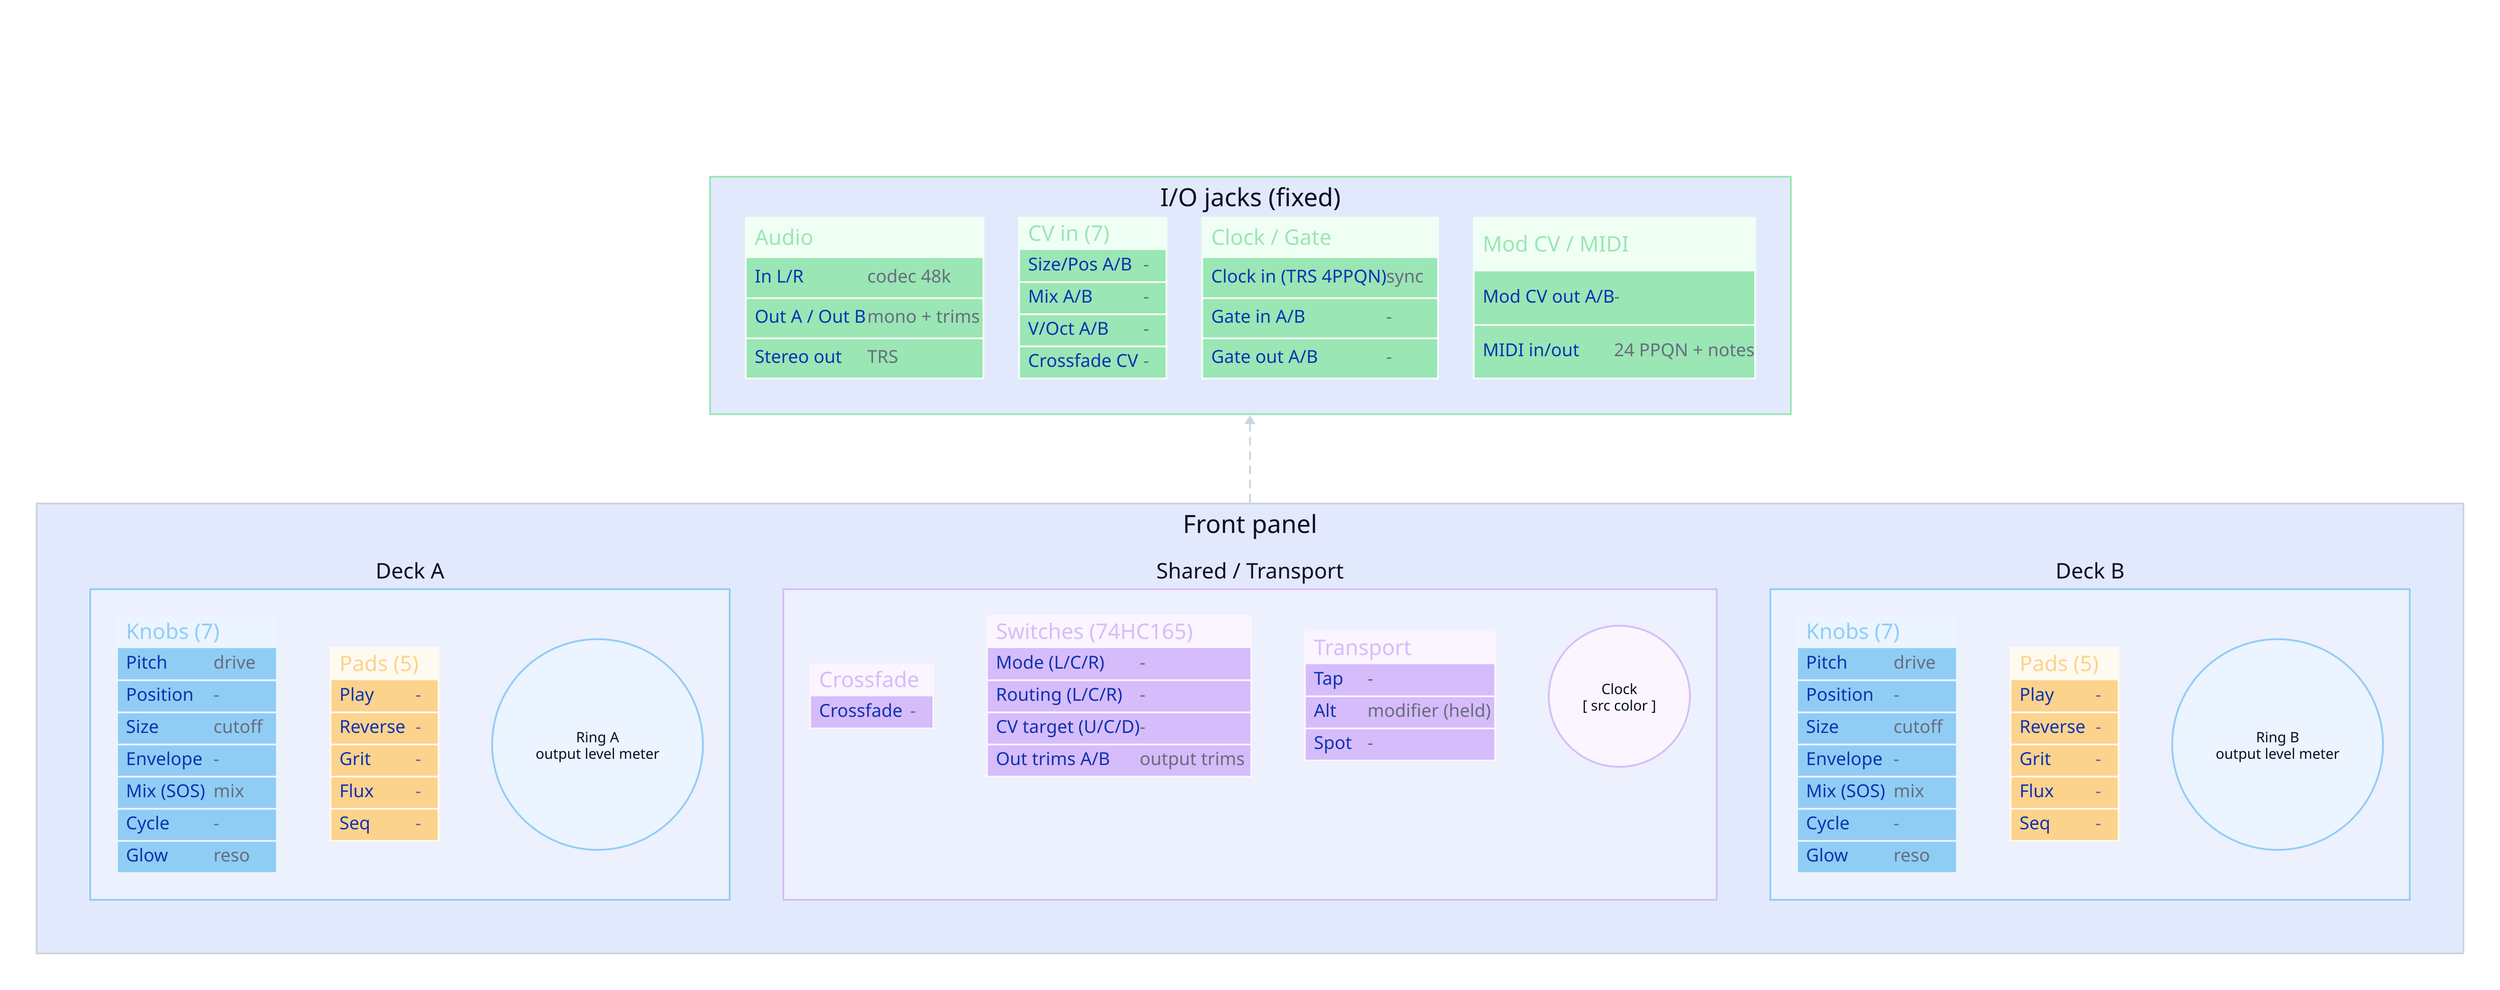
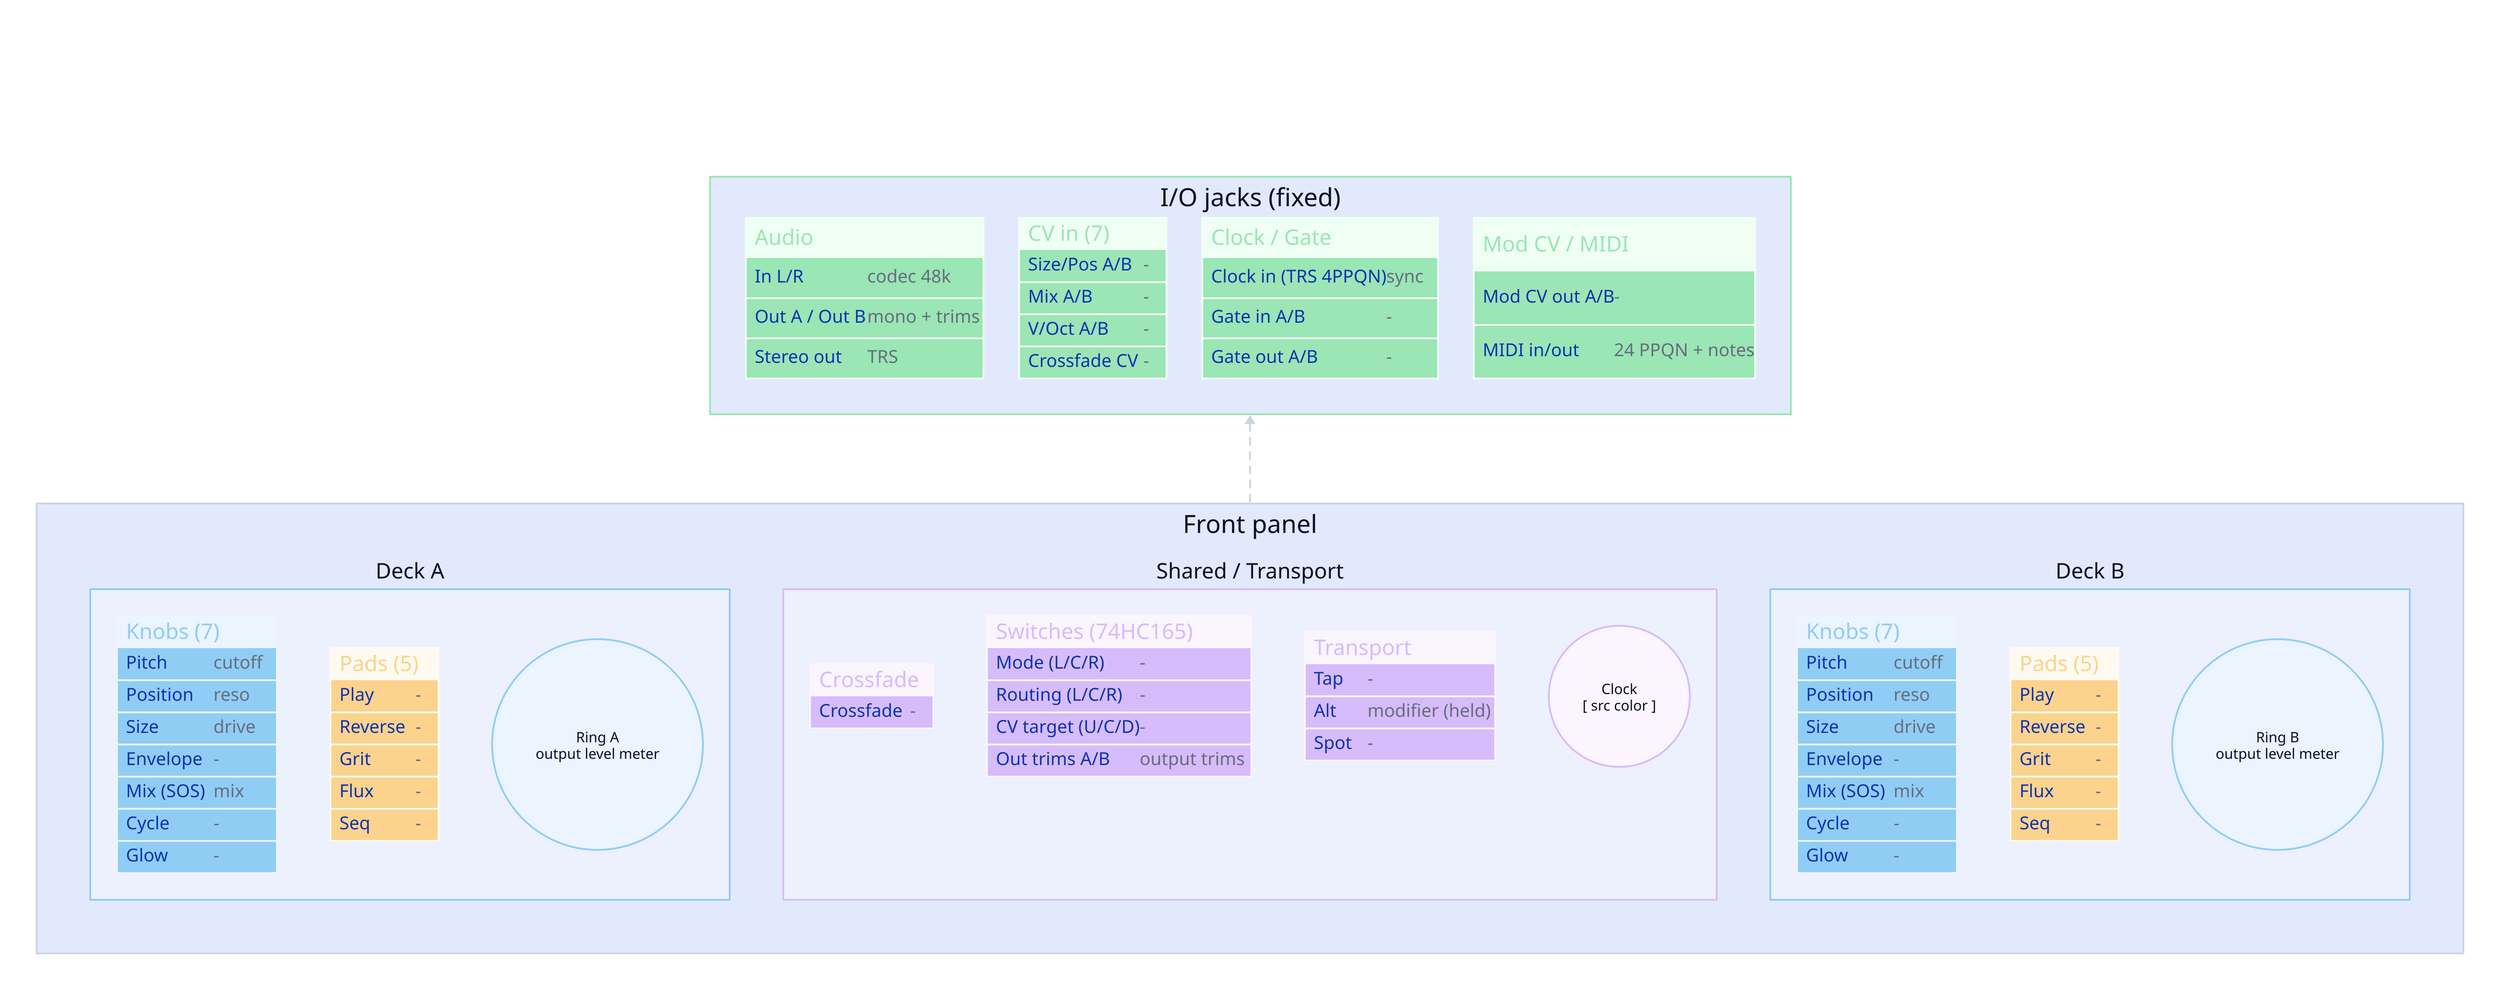
# GENERATED from controls-template.d2 by scripts/gen_controls_diagram.py.
# Edit the JSON spec (dfilter.json), not this file; then re-run / `make diagrams`.

direction: up

vars: {
  d2-config: {
    layout-engine: dagre
    pad: 40
  }
}

title: |md
  # Dual filter - independent resonant low-pass per deck
  _parallel DoubleMono: deck A filters left, deck B filters right_
| {
  near: top-center
  style.font-size: 26
}

classes: {
  knob:   { style: { fill: "#ebf4ff"; stroke: "#90cdf4"; stroke-width: 2 } }
  pad:    { style: { fill: "#fffaf0"; stroke: "#fbd38d"; stroke-width: 2 } }
  shared: { style: { fill: "#faf5ff"; stroke: "#d6bcfa"; stroke-width: 2 } }
  io:     { style: { fill: "#f0fff4"; stroke: "#9ae6b4"; stroke-width: 2 } }
}

panel: Front panel {
  grid-columns: 3
  grid-gap: 60
  style.stroke: "#cbd5e0"

  # ----------------------------------------------------------------- DECK A
  deckA: Deck A {
    style.stroke: "#90cdf4"

    knobsA: Knobs (7) {
      class: knob
      shape: sql_table
-       Pitch: "drive"
-       Position: "-"
-       Size: "cutoff"
+       Pitch: "cutoff"
+       Position: "reso"
+       Size: "drive"
      Envelope: "-"
      "Mix (SOS)": "mix"
      Cycle: "-"
-       Glow: "reso"
+       Glow: "-"
    }

    padsA: Pads (5) {
      class: pad
      shape: sql_table
      Play: "-"
      Reverse: "-"
      Grit: "-"
      Flux: "-"
      Seq: "-"
    }

    ringA: "LED Ring A (32px)" {
      class: knob
      shape: circle
      label: "Ring A\noutput level meter"
    }
  }

  # --------------------------------------------------------------- SHARED
  center: Shared / Transport {
    style.stroke: "#d6bcfa"

    xfade: Crossfade {
      class: shared
      shape: sql_table
      Crossfade: "-"
    }

    switches: Switches (74HC165) {
      class: shared
      shape: sql_table
      "Mode (L/C/R)": "-"
      "Routing (L/C/R)": "-"
      "CV target (U/C/D)": "-"
      "Out trims A/B": "output trims"
    }

    transport: Transport {
      class: shared
      shape: sql_table
      Tap: "-"
      Alt:  "modifier (held)"
      Spot: "-"
    }

    clockled: "Clock LED" {
      class: shared
      shape: circle
      label: "Clock\n[ src color ]"
    }
  }

  # ----------------------------------------------------------------- DECK B
  deckB: Deck B {
    style.stroke: "#90cdf4"

    knobsB: Knobs (7) {
      class: knob
      shape: sql_table
-       Pitch: "drive"
-       Position: "-"
-       Size: "cutoff"
+       Pitch: "cutoff"
+       Position: "reso"
+       Size: "drive"
      Envelope: "-"
      "Mix (SOS)": "mix"
      Cycle: "-"
-       Glow: "reso"
+       Glow: "-"
    }

    padsB: Pads (5) {
      class: pad
      shape: sql_table
      Play: "-"
      Reverse: "-"
      Grit: "-"
      Flux: "-"
      Seq: "-"
    }

    ringB: "LED Ring B (32px)" {
      class: knob
      shape: circle
      label: "Ring B\noutput level meter"
    }
  }
}

# ---------------------------------------------------------------------- I/O
io: I/O jacks (fixed) {
  grid-columns: 4
  grid-gap: 40
  style.stroke: "#9ae6b4"

  audio: Audio {
    class: io
    shape: sql_table
    "In L/R":        "codec 48k"
    "Out A / Out B": "mono + trims"
    "Stereo out":    "TRS"
  }

  cv: CV in (7) {
    class: io
    shape: sql_table
    "Size/Pos A/B": "-"
    "Mix A/B": "-"
    "V/Oct A/B": "-"
    "Crossfade CV": "-"
  }

  gates: Clock / Gate {
    class: io
    shape: sql_table
    "Clock in (TRS 4PPQN)": "sync"
    "Gate in A/B": "-"
    "Gate out A/B": "-"
  }

  modmidi: Mod CV / MIDI {
    class: io
    shape: sql_table
    "Mod CV out A/B": "-"
    "MIDI in/out":    "24 PPQN + notes"
  }
}

panel -> io: {
  style: { stroke: "#cbd5e0"; stroke-dash: 4 }
}
